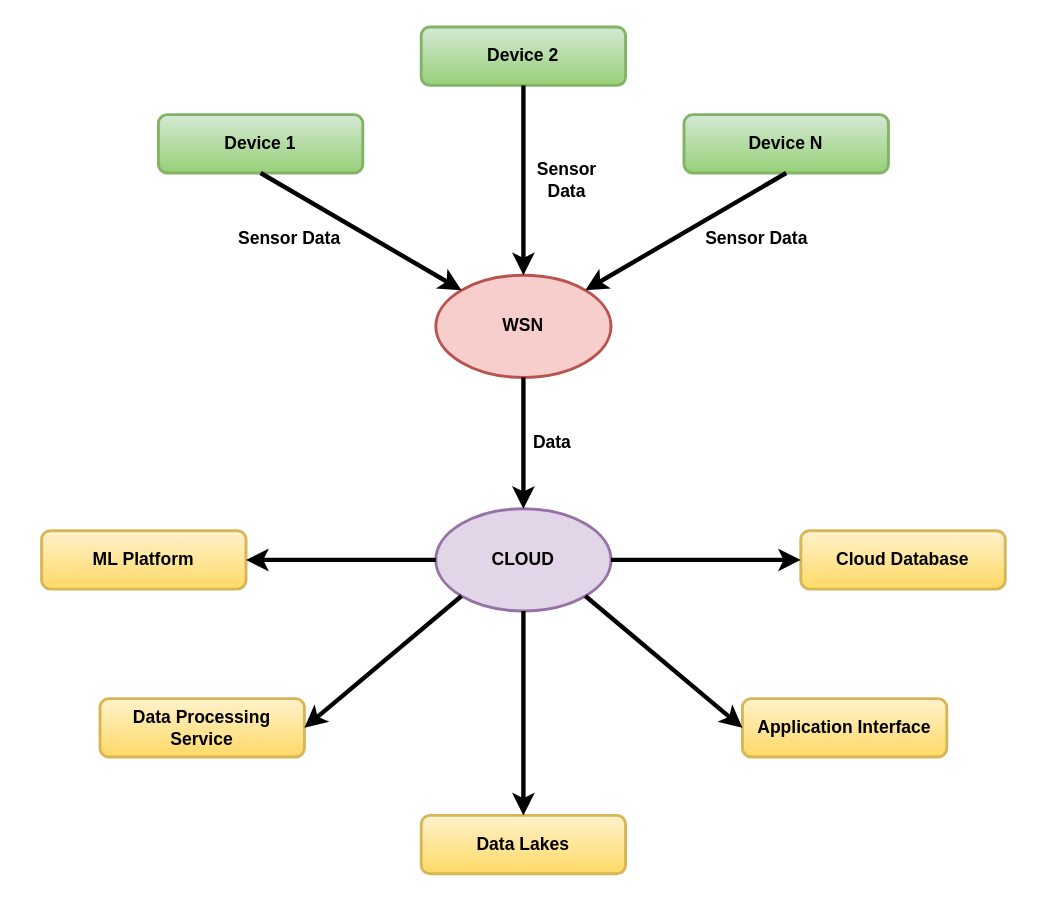
This is figure1bookchapter.drawio from deepansh4/draw.io, a draw.io file, before an edit. Source tidied: cells renumbered, new cells numbered last; positions are measured from the earlier drawing's top-left corner, leaving out a move shared by most shapes. Both pictures are drawn from the tidied source at 146%, with x=0, y=0 at pixel (41, 26).
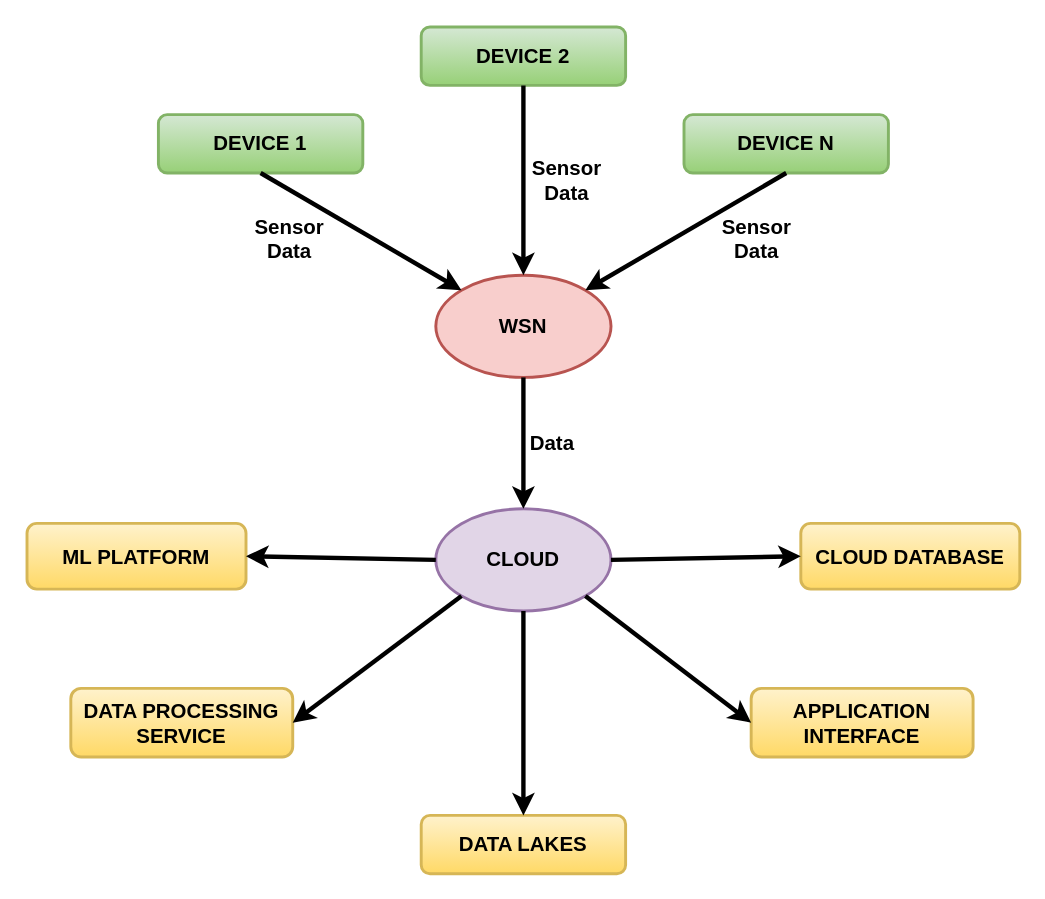
Above is the later version.

The edit, as a diff of the source:
```diff
@@
-    <mxCell id="2" value="WSN" style="ellipse;whiteSpace=wrap;html=1;fontStyle=1;strokeWidth=2;fillColor=#f8cecc;strokeColor=#b85450;" parent="1" vertex="1">
+    <mxCell id="2" value="&lt;font style=&quot;font-size: 14px;&quot;&gt;WSN&lt;/font&gt;" style="ellipse;whiteSpace=wrap;html=1;fontStyle=1;strokeWidth=2;fillColor=#f8cecc;strokeColor=#b85450;" parent="1" vertex="1">
       <mxGeometry x="270" y="170" width="120" height="70" as="geometry" />
     </mxCell>
-    <mxCell id="3" value="CLOUD" style="ellipse;whiteSpace=wrap;html=1;fontStyle=1;strokeWidth=2;fillColor=#e1d5e7;strokeColor=#9673a6;" parent="1" vertex="1">
+    <mxCell id="3" value="&lt;font style=&quot;font-size: 14px;&quot;&gt;CLOUD&lt;/font&gt;" style="ellipse;whiteSpace=wrap;html=1;fontStyle=1;strokeWidth=2;fillColor=#e1d5e7;strokeColor=#9673a6;" parent="1" vertex="1">
       <mxGeometry x="270" y="330" width="120" height="70" as="geometry" />
     </mxCell>
-    <mxCell id="4" value="Device 1" style="rounded=1;whiteSpace=wrap;html=1;fontStyle=1;strokeWidth=2;fillColor=#d5e8d4;strokeColor=#82b366;gradientColor=#97d077;" parent="1" vertex="1">
+    <mxCell id="4" value="&lt;font style=&quot;font-size: 14px;&quot;&gt;DEVICE 1&lt;/font&gt;" style="rounded=1;whiteSpace=wrap;html=1;fontStyle=1;strokeWidth=2;fillColor=#d5e8d4;strokeColor=#82b366;gradientColor=#97d077;" parent="1" vertex="1">
       <mxGeometry x="80" y="60" width="140" height="40" as="geometry" />
     </mxCell>
-    <mxCell id="5" value="Device N" style="rounded=1;whiteSpace=wrap;html=1;fontStyle=1;strokeWidth=2;fillColor=#d5e8d4;strokeColor=#82b366;gradientColor=#97d077;" parent="1" vertex="1">
+    <mxCell id="5" value="&lt;font style=&quot;font-size: 14px;&quot;&gt;DEVICE N&lt;/font&gt;" style="rounded=1;whiteSpace=wrap;html=1;fontStyle=1;strokeWidth=2;fillColor=#d5e8d4;strokeColor=#82b366;gradientColor=#97d077;" parent="1" vertex="1">
       <mxGeometry x="440" y="60" width="140" height="40" as="geometry" />
     </mxCell>
-    <mxCell id="6" value="Device 2" style="rounded=1;whiteSpace=wrap;html=1;fontStyle=1;strokeWidth=2;fillColor=#d5e8d4;strokeColor=#82b366;gradientColor=#97d077;" parent="1" vertex="1">
+    <mxCell id="6" value="&lt;font style=&quot;font-size: 14px;&quot;&gt;DEVICE 2&lt;/font&gt;" style="rounded=1;whiteSpace=wrap;html=1;fontStyle=1;strokeWidth=2;fillColor=#d5e8d4;strokeColor=#82b366;gradientColor=#97d077;" parent="1" vertex="1">
       <mxGeometry x="260" width="140" height="40" as="geometry" />
     </mxCell>
-    <mxCell id="7" value="Cloud Database" style="rounded=1;whiteSpace=wrap;html=1;fontStyle=1;strokeWidth=2;fillColor=#fff2cc;gradientColor=#ffd966;strokeColor=#d6b656;" parent="1" vertex="1">
-      <mxGeometry x="520" y="345" width="140" height="40" as="geometry" />
+    <mxCell id="7" value="&lt;font style=&quot;font-size: 14px;&quot;&gt;CLOUD DATABASE&lt;/font&gt;" style="rounded=1;whiteSpace=wrap;html=1;fontStyle=1;strokeWidth=2;fillColor=#fff2cc;gradientColor=#ffd966;strokeColor=#d6b656;" parent="1" vertex="1">
+      <mxGeometry x="520" y="340" width="150" height="45" as="geometry" />
     </mxCell>
-    <mxCell id="8" value="ML Platform" style="rounded=1;whiteSpace=wrap;html=1;fontStyle=1;strokeWidth=2;fillColor=#fff2cc;gradientColor=#ffd966;strokeColor=#d6b656;" parent="1" vertex="1">
-      <mxGeometry y="345" width="140" height="40" as="geometry" />
+    <mxCell id="8" value="&lt;font style=&quot;font-size: 14px;&quot;&gt;ML PLATFORM&lt;/font&gt;" style="rounded=1;whiteSpace=wrap;html=1;fontStyle=1;strokeWidth=2;fillColor=#fff2cc;gradientColor=#ffd966;strokeColor=#d6b656;" parent="1" vertex="1">
+      <mxGeometry x="-10" y="340" width="150" height="45" as="geometry" />
     </mxCell>
-    <mxCell id="9" value="Data Processing Service" style="rounded=1;whiteSpace=wrap;html=1;fontStyle=1;strokeWidth=2;fillColor=#fff2cc;gradientColor=#ffd966;strokeColor=#d6b656;" parent="1" vertex="1">
-      <mxGeometry x="40" y="460" width="140" height="40" as="geometry" />
+    <mxCell id="9" value="&lt;font style=&quot;font-size: 14px;&quot;&gt;DATA PROCESSING SERVICE&lt;/font&gt;" style="rounded=1;whiteSpace=wrap;html=1;fontStyle=1;strokeWidth=2;fillColor=#fff2cc;gradientColor=#ffd966;strokeColor=#d6b656;" parent="1" vertex="1">
+      <mxGeometry x="20" y="453" width="152" height="47" as="geometry" />
     </mxCell>
-    <mxCell id="10" value="Application Interface" style="rounded=1;whiteSpace=wrap;html=1;fontStyle=1;strokeWidth=2;fillColor=#fff2cc;gradientColor=#ffd966;strokeColor=#d6b656;" parent="1" vertex="1">
-      <mxGeometry x="480" y="460" width="140" height="40" as="geometry" />
+    <mxCell id="10" value="&lt;font style=&quot;font-size: 14px;&quot;&gt;APPLICATION INTERFACE&lt;/font&gt;" style="rounded=1;whiteSpace=wrap;html=1;fontStyle=1;strokeWidth=2;fillColor=#fff2cc;gradientColor=#ffd966;strokeColor=#d6b656;" parent="1" vertex="1">
+      <mxGeometry x="486" y="453" width="152" height="47" as="geometry" />
     </mxCell>
-    <mxCell id="11" value="Data Lakes" style="rounded=1;whiteSpace=wrap;html=1;fontStyle=1;strokeWidth=2;fillColor=#fff2cc;gradientColor=#ffd966;strokeColor=#d6b656;" parent="1" vertex="1">
+    <mxCell id="11" value="&lt;font style=&quot;font-size: 14px;&quot;&gt;DATA LAKES&lt;/font&gt;" style="rounded=1;whiteSpace=wrap;html=1;fontStyle=1;strokeWidth=2;fillColor=#fff2cc;gradientColor=#ffd966;strokeColor=#d6b656;" parent="1" vertex="1">
       <mxGeometry x="260" y="540" width="140" height="40" as="geometry" />
     </mxCell>
@@
-    <mxCell id="21" value="&lt;b&gt;&lt;font style=&quot;font-size: 12px;&quot;&gt;Data&lt;/font&gt;&lt;/b&gt;" style="text;html=1;align=center;verticalAlign=middle;whiteSpace=wrap;rounded=0;" parent="1" vertex="1">
+    <mxCell id="21" value="&lt;b&gt;&lt;font style=&quot;font-size: 14px;&quot;&gt;Data&lt;/font&gt;&lt;/b&gt;" style="text;html=1;align=center;verticalAlign=middle;whiteSpace=wrap;rounded=0;" parent="1" vertex="1">
       <mxGeometry x="320" y="270" width="60" height="30" as="geometry" />
     </mxCell>
-    <mxCell id="22" value="&lt;b&gt;&lt;font style=&quot;font-size: 12px;&quot;&gt;Sensor Data&lt;/font&gt;&lt;/b&gt;" style="text;html=1;align=center;verticalAlign=middle;whiteSpace=wrap;rounded=0;" parent="1" vertex="1">
+    <mxCell id="22" value="&lt;b&gt;&lt;font style=&quot;font-size: 14px;&quot;&gt;Sensor Data&lt;/font&gt;&lt;/b&gt;" style="text;html=1;align=center;verticalAlign=middle;whiteSpace=wrap;rounded=0;" parent="1" vertex="1">
       <mxGeometry x="130" y="130" width="80" height="30" as="geometry" />
     </mxCell>
-    <mxCell id="23" value="&lt;b&gt;&lt;font style=&quot;font-size: 12px;&quot;&gt;Sensor Data&lt;/font&gt;&lt;/b&gt;" style="text;html=1;align=center;verticalAlign=middle;whiteSpace=wrap;rounded=0;" parent="1" vertex="1">
+    <mxCell id="23" value="&lt;b&gt;&lt;font style=&quot;font-size: 14px;&quot;&gt;Sensor Data&lt;/font&gt;&lt;/b&gt;" style="text;html=1;align=center;verticalAlign=middle;whiteSpace=wrap;rounded=0;" parent="1" vertex="1">
       <mxGeometry x="330" y="90" width="60" height="30" as="geometry" />
     </mxCell>
-    <mxCell id="24" value="&lt;b&gt;&lt;font style=&quot;font-size: 12px;&quot;&gt;Sensor Data&lt;/font&gt;&lt;/b&gt;" style="text;html=1;align=center;verticalAlign=middle;whiteSpace=wrap;rounded=0;" parent="1" vertex="1">
+    <mxCell id="24" value="&lt;b&gt;&lt;font style=&quot;font-size: 14px;&quot;&gt;Sensor Data&lt;/font&gt;&lt;/b&gt;" style="text;html=1;align=center;verticalAlign=middle;whiteSpace=wrap;rounded=0;" parent="1" vertex="1">
       <mxGeometry x="450" y="130" width="80" height="30" as="geometry" />
     </mxCell>
```
